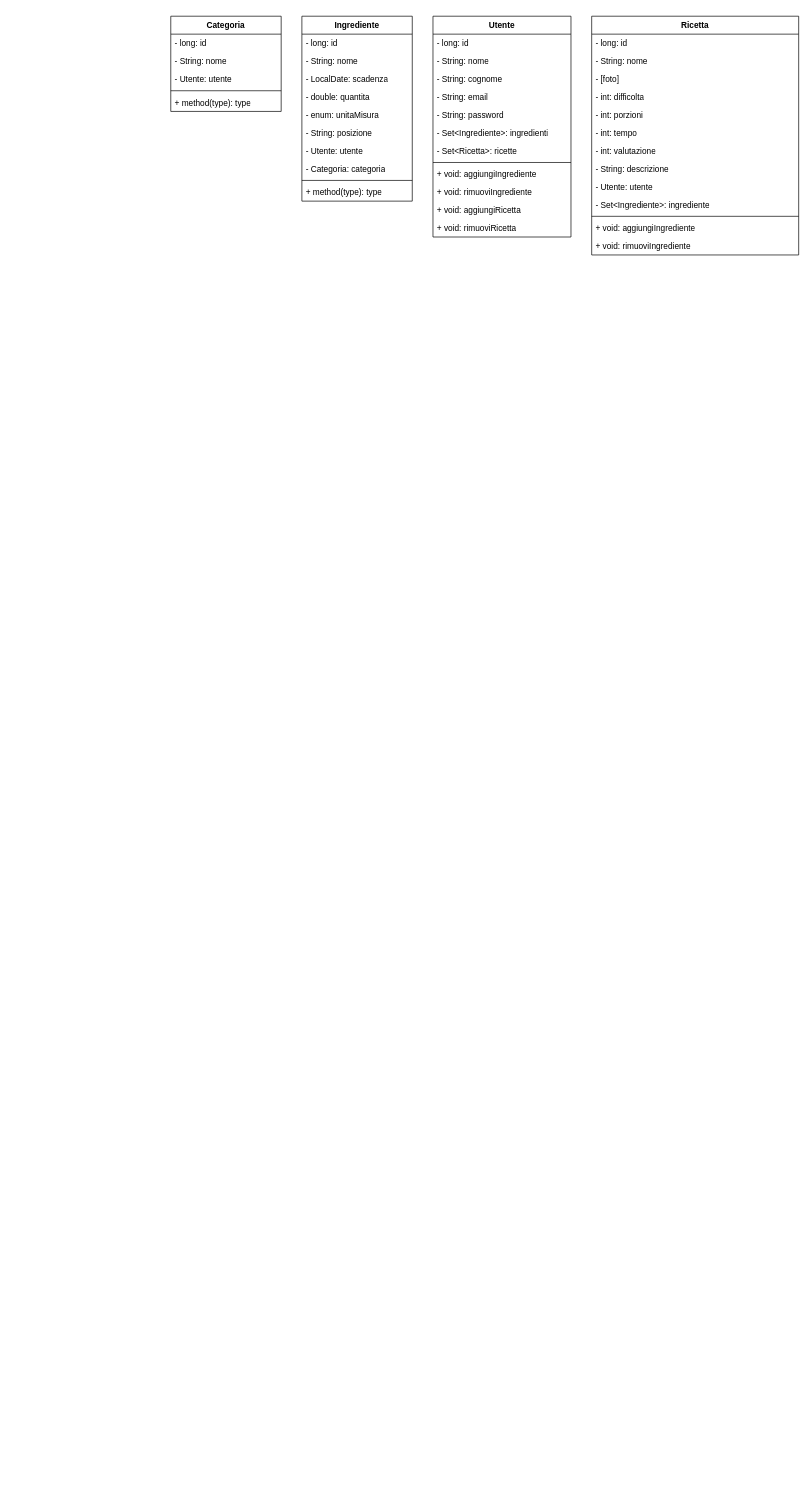
Earlier version of the draw.io diagram backend.drawio (FoodLoopGeneration/FoodLoop). Source tidied: cells renumbered, new cells numbered last; positions are measured from the earlier drawing's top-left corner, leaving out a move shared by most shapes. Both pictures are drawn from the tidied source at 69%, with x=0, y=0 at pixel (170, 16).
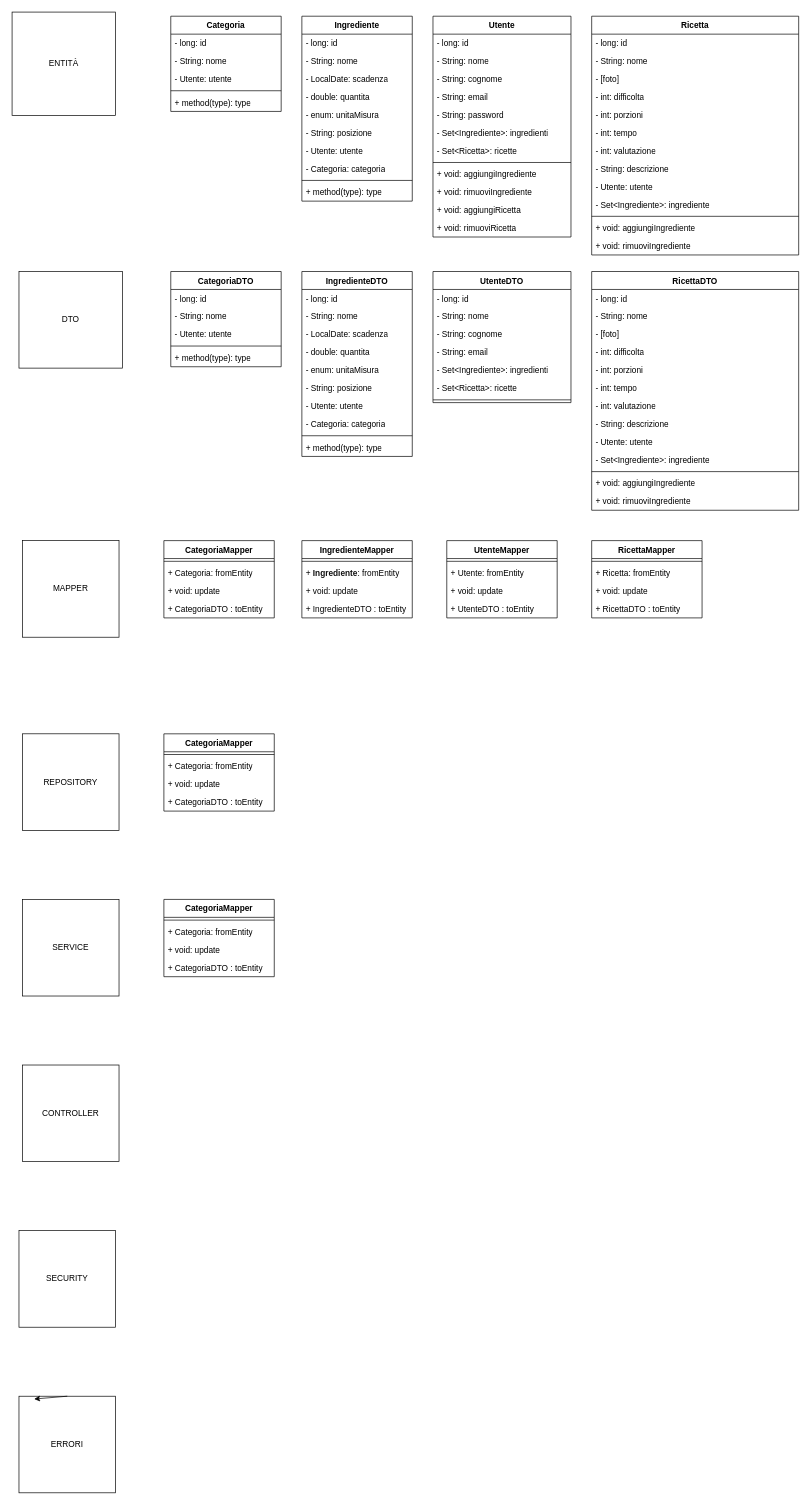
Above is the later version.

Commit message:
Aggiornati Grafici

Diff of the diagram source:
```diff
@@
+    <mxCell id="46" value="IngredienteDTO" style="swimlane;fontStyle=1;align=center;verticalAlign=top;horizontal=1;startSize=26;whiteSpace=wrap;html=1;" parent="1" vertex="1">
+      <mxGeometry x="190" y="370" width="160" height="268" as="geometry" />
+    </mxCell>
+    <mxCell id="47" value="- long: id" style="text;strokeColor=none;fillColor=none;align=left;verticalAlign=top;spacingLeft=4;spacingRight=4;overflow=hidden;whiteSpace=wrap;html=1;" parent="46" vertex="1">
+      <mxGeometry y="26" width="160" height="26" as="geometry" />
+    </mxCell>
+    <mxCell id="48" value="- String: nome&amp;nbsp;" style="text;strokeColor=none;fillColor=none;align=left;verticalAlign=top;spacingLeft=4;spacingRight=4;overflow=hidden;whiteSpace=wrap;html=1;" parent="46" vertex="1">
+      <mxGeometry y="52" width="160" height="26" as="geometry" />
+    </mxCell>
+    <mxCell id="49" value="- LocalDate: scadenza" style="text;strokeColor=none;fillColor=none;align=left;verticalAlign=top;spacingLeft=4;spacingRight=4;overflow=hidden;whiteSpace=wrap;html=1;" parent="46" vertex="1">
+      <mxGeometry y="78" width="160" height="26" as="geometry" />
+    </mxCell>
+    <mxCell id="50" value="- double: quantita" style="text;strokeColor=none;fillColor=none;align=left;verticalAlign=top;spacingLeft=4;spacingRight=4;overflow=hidden;whiteSpace=wrap;html=1;" parent="46" vertex="1">
+      <mxGeometry y="104" width="160" height="26" as="geometry" />
+    </mxCell>
+    <mxCell id="51" value="- enum: unitaMisura" style="text;strokeColor=none;fillColor=none;align=left;verticalAlign=top;spacingLeft=4;spacingRight=4;overflow=hidden;whiteSpace=wrap;html=1;" parent="46" vertex="1">
+      <mxGeometry y="130" width="160" height="26" as="geometry" />
+    </mxCell>
+    <mxCell id="52" value="- String: posizione" style="text;strokeColor=none;fillColor=none;align=left;verticalAlign=top;spacingLeft=4;spacingRight=4;overflow=hidden;whiteSpace=wrap;html=1;" parent="46" vertex="1">
+      <mxGeometry y="156" width="160" height="26" as="geometry" />
+    </mxCell>
+    <mxCell id="53" value="- Utente: utente" style="text;strokeColor=none;fillColor=none;align=left;verticalAlign=top;spacingLeft=4;spacingRight=4;overflow=hidden;whiteSpace=wrap;html=1;" parent="46" vertex="1">
+      <mxGeometry y="182" width="160" height="26" as="geometry" />
+    </mxCell>
+    <mxCell id="54" value="- Categoria: categoria" style="text;strokeColor=none;fillColor=none;align=left;verticalAlign=top;spacingLeft=4;spacingRight=4;overflow=hidden;whiteSpace=wrap;html=1;" parent="46" vertex="1">
+      <mxGeometry y="208" width="160" height="26" as="geometry" />
+    </mxCell>
+    <mxCell id="55" style="line;strokeWidth=1;fillColor=none;align=left;verticalAlign=middle;spacingTop=-1;spacingLeft=3;spacingRight=3;labelPosition=right;strokeColor=inherit;" parent="46" vertex="1">
+      <mxGeometry y="234" width="160" height="8" as="geometry" />
+    </mxCell>
+    <mxCell id="56" value="+ method(type): type" style="text;strokeColor=none;fillColor=none;align=left;verticalAlign=top;spacingLeft=4;spacingRight=4;overflow=hidden;whiteSpace=wrap;html=1;" parent="46" vertex="1">
+      <mxGeometry y="242" width="160" height="26" as="geometry" />
+    </mxCell>
+    <mxCell id="57" value="CategoriaDTO" style="swimlane;fontStyle=1;align=center;verticalAlign=top;horizontal=1;startSize=26;whiteSpace=wrap;html=1;" parent="1" vertex="1">
+      <mxGeometry y="370" width="160" height="138" as="geometry" />
+    </mxCell>
+    <mxCell id="58" value="- long: id" style="text;strokeColor=none;fillColor=none;align=left;verticalAlign=top;spacingLeft=4;spacingRight=4;overflow=hidden;whiteSpace=wrap;html=1;" parent="57" vertex="1">
+      <mxGeometry y="26" width="160" height="26" as="geometry" />
+    </mxCell>
+    <mxCell id="59" value="- String: nome" style="text;strokeColor=none;fillColor=none;align=left;verticalAlign=top;spacingLeft=4;spacingRight=4;overflow=hidden;whiteSpace=wrap;html=1;" parent="57" vertex="1">
+      <mxGeometry y="52" width="160" height="26" as="geometry" />
+    </mxCell>
+    <mxCell id="60" value="- Utente: utente" style="text;strokeColor=none;fillColor=none;align=left;verticalAlign=top;spacingLeft=4;spacingRight=4;overflow=hidden;whiteSpace=wrap;html=1;" parent="57" vertex="1">
+      <mxGeometry y="78" width="160" height="26" as="geometry" />
+    </mxCell>
+    <mxCell id="61" style="line;strokeWidth=1;fillColor=none;align=left;verticalAlign=middle;spacingTop=-1;spacingLeft=3;spacingRight=3;labelPosition=right;strokeColor=inherit;" parent="57" vertex="1">
+      <mxGeometry y="104" width="160" height="8" as="geometry" />
+    </mxCell>
+    <mxCell id="62" value="+ method(type): type" style="text;strokeColor=none;fillColor=none;align=left;verticalAlign=top;spacingLeft=4;spacingRight=4;overflow=hidden;whiteSpace=wrap;html=1;" parent="57" vertex="1">
+      <mxGeometry y="112" width="160" height="26" as="geometry" />
+    </mxCell>
+    <mxCell id="63" value="UtenteDTO" style="swimlane;fontStyle=1;align=center;verticalAlign=top;horizontal=1;startSize=26;whiteSpace=wrap;html=1;" parent="1" vertex="1">
+      <mxGeometry x="380" y="370" width="200" height="190" as="geometry" />
+    </mxCell>
+    <mxCell id="64" value="- long: id" style="text;strokeColor=none;fillColor=none;align=left;verticalAlign=top;spacingLeft=4;spacingRight=4;overflow=hidden;whiteSpace=wrap;html=1;" parent="63" vertex="1">
+      <mxGeometry y="26" width="200" height="26" as="geometry" />
+    </mxCell>
+    <mxCell id="65" value="- String: nome" style="text;strokeColor=none;fillColor=none;align=left;verticalAlign=top;spacingLeft=4;spacingRight=4;overflow=hidden;whiteSpace=wrap;html=1;" parent="63" vertex="1">
+      <mxGeometry y="52" width="200" height="26" as="geometry" />
+    </mxCell>
+    <mxCell id="66" value="- String: cognome" style="text;strokeColor=none;fillColor=none;align=left;verticalAlign=top;spacingLeft=4;spacingRight=4;overflow=hidden;whiteSpace=wrap;html=1;" parent="63" vertex="1">
+      <mxGeometry y="78" width="200" height="26" as="geometry" />
+    </mxCell>
+    <mxCell id="67" value="- String: email" style="text;strokeColor=none;fillColor=none;align=left;verticalAlign=top;spacingLeft=4;spacingRight=4;overflow=hidden;whiteSpace=wrap;html=1;" parent="63" vertex="1">
+      <mxGeometry y="104" width="200" height="26" as="geometry" />
+    </mxCell>
+    <mxCell id="68" value="- Set&amp;lt;Ingrediente&amp;gt;: ingredienti" style="text;strokeColor=none;fillColor=none;align=left;verticalAlign=top;spacingLeft=4;spacingRight=4;overflow=hidden;whiteSpace=wrap;html=1;" parent="63" vertex="1">
+      <mxGeometry y="130" width="200" height="26" as="geometry" />
+    </mxCell>
+    <mxCell id="69" value="- Set&amp;lt;Ricetta&amp;gt;: ricette" style="text;strokeColor=none;fillColor=none;align=left;verticalAlign=top;spacingLeft=4;spacingRight=4;overflow=hidden;whiteSpace=wrap;html=1;" parent="63" vertex="1">
+      <mxGeometry y="156" width="200" height="26" as="geometry" />
+    </mxCell>
+    <mxCell id="70" style="line;strokeWidth=1;fillColor=none;align=left;verticalAlign=middle;spacingTop=-1;spacingLeft=3;spacingRight=3;labelPosition=right;strokeColor=inherit;" parent="63" vertex="1">
+      <mxGeometry y="182" width="200" height="8" as="geometry" />
+    </mxCell>
+    <mxCell id="71" value="RicettaDTO" style="swimlane;fontStyle=1;align=center;verticalAlign=top;horizontal=1;startSize=26;whiteSpace=wrap;html=1;" parent="1" vertex="1">
+      <mxGeometry x="610" y="370" width="300" height="346" as="geometry" />
+    </mxCell>
+    <mxCell id="72" value="- long: id" style="text;strokeColor=none;fillColor=none;align=left;verticalAlign=top;spacingLeft=4;spacingRight=4;overflow=hidden;whiteSpace=wrap;html=1;" parent="71" vertex="1">
+      <mxGeometry y="26" width="300" height="26" as="geometry" />
+    </mxCell>
+    <mxCell id="73" value="- String: nome" style="text;strokeColor=none;fillColor=none;align=left;verticalAlign=top;spacingLeft=4;spacingRight=4;overflow=hidden;whiteSpace=wrap;html=1;" parent="71" vertex="1">
+      <mxGeometry y="52" width="300" height="26" as="geometry" />
+    </mxCell>
+    <mxCell id="74" value="- [foto]" style="text;strokeColor=none;fillColor=none;align=left;verticalAlign=top;spacingLeft=4;spacingRight=4;overflow=hidden;whiteSpace=wrap;html=1;" parent="71" vertex="1">
+      <mxGeometry y="78" width="300" height="26" as="geometry" />
+    </mxCell>
+    <mxCell id="75" value="- int: difficolta" style="text;strokeColor=none;fillColor=none;align=left;verticalAlign=top;spacingLeft=4;spacingRight=4;overflow=hidden;whiteSpace=wrap;html=1;" parent="71" vertex="1">
+      <mxGeometry y="104" width="300" height="26" as="geometry" />
+    </mxCell>
+    <mxCell id="76" value="- int: porzioni" style="text;strokeColor=none;fillColor=none;align=left;verticalAlign=top;spacingLeft=4;spacingRight=4;overflow=hidden;whiteSpace=wrap;html=1;" parent="71" vertex="1">
+      <mxGeometry y="130" width="300" height="26" as="geometry" />
+    </mxCell>
+    <mxCell id="77" value="- int: tempo" style="text;strokeColor=none;fillColor=none;align=left;verticalAlign=top;spacingLeft=4;spacingRight=4;overflow=hidden;whiteSpace=wrap;html=1;" parent="71" vertex="1">
+      <mxGeometry y="156" width="300" height="26" as="geometry" />
+    </mxCell>
+    <mxCell id="78" value="- int: valutazione" style="text;strokeColor=none;fillColor=none;align=left;verticalAlign=top;spacingLeft=4;spacingRight=4;overflow=hidden;whiteSpace=wrap;html=1;" parent="71" vertex="1">
+      <mxGeometry y="182" width="300" height="26" as="geometry" />
+    </mxCell>
+    <mxCell id="79" value="- String: descrizione" style="text;strokeColor=none;fillColor=none;align=left;verticalAlign=top;spacingLeft=4;spacingRight=4;overflow=hidden;whiteSpace=wrap;html=1;" parent="71" vertex="1">
+      <mxGeometry y="208" width="300" height="26" as="geometry" />
+    </mxCell>
+    <mxCell id="80" value="- Utente: utente&amp;nbsp;" style="text;strokeColor=none;fillColor=none;align=left;verticalAlign=top;spacingLeft=4;spacingRight=4;overflow=hidden;whiteSpace=wrap;html=1;" parent="71" vertex="1">
+      <mxGeometry y="234" width="300" height="26" as="geometry" />
+    </mxCell>
+    <mxCell id="81" value="- Set&amp;lt;Ingrediente&amp;gt;: ingrediente" style="text;strokeColor=none;fillColor=none;align=left;verticalAlign=top;spacingLeft=4;spacingRight=4;overflow=hidden;whiteSpace=wrap;html=1;" parent="71" vertex="1">
+      <mxGeometry y="260" width="300" height="26" as="geometry" />
+    </mxCell>
+    <mxCell id="82" style="line;strokeWidth=1;fillColor=none;align=left;verticalAlign=middle;spacingTop=-1;spacingLeft=3;spacingRight=3;labelPosition=right;strokeColor=inherit;" parent="71" vertex="1">
+      <mxGeometry y="286" width="300" height="8" as="geometry" />
+    </mxCell>
+    <mxCell id="83" value="+ void: aggiungiIngrediente" style="text;strokeColor=none;fillColor=none;align=left;verticalAlign=top;spacingLeft=4;spacingRight=4;overflow=hidden;whiteSpace=wrap;html=1;" parent="71" vertex="1">
+      <mxGeometry y="294" width="300" height="26" as="geometry" />
+    </mxCell>
+    <mxCell id="84" value="+ void: rimuoviIngrediente" style="text;strokeColor=none;fillColor=none;align=left;verticalAlign=top;spacingLeft=4;spacingRight=4;overflow=hidden;whiteSpace=wrap;html=1;" parent="71" vertex="1">
+      <mxGeometry y="320" width="300" height="26" as="geometry" />
+    </mxCell>
+    <mxCell id="85" value="ENTITÀ" style="whiteSpace=wrap;html=1;" parent="1" vertex="1">
+      <mxGeometry x="-230" y="-6" width="150" height="150" as="geometry" />
+    </mxCell>
+    <mxCell id="86" value="DTO" style="rounded=0;whiteSpace=wrap;html=1;" parent="1" vertex="1">
+      <mxGeometry x="-220" y="370" width="150" height="140" as="geometry" />
+    </mxCell>
+    <mxCell id="87" value="CategoriaMapper" style="swimlane;fontStyle=1;align=center;verticalAlign=top;horizontal=1;startSize=26;whiteSpace=wrap;html=1;" parent="1" vertex="1">
+      <mxGeometry x="-10" y="760" width="160" height="112" as="geometry" />
+    </mxCell>
+    <mxCell id="88" style="line;strokeWidth=1;fillColor=none;align=left;verticalAlign=middle;spacingTop=-1;spacingLeft=3;spacingRight=3;labelPosition=right;strokeColor=inherit;" parent="87" vertex="1">
+      <mxGeometry y="26" width="160" height="8" as="geometry" />
+    </mxCell>
+    <mxCell id="89" value="+ Categoria: fromEntity" style="text;strokeColor=none;fillColor=none;align=left;verticalAlign=top;spacingLeft=4;spacingRight=4;overflow=hidden;whiteSpace=wrap;html=1;" parent="87" vertex="1">
+      <mxGeometry y="34" width="160" height="26" as="geometry" />
+    </mxCell>
+    <mxCell id="90" value="+ void: update" style="text;strokeColor=none;fillColor=none;align=left;verticalAlign=top;spacingLeft=4;spacingRight=4;overflow=hidden;whiteSpace=wrap;html=1;" parent="87" vertex="1">
+      <mxGeometry y="60" width="160" height="26" as="geometry" />
+    </mxCell>
+    <mxCell id="91" value="+ CategoriaDTO : toEntity" style="text;strokeColor=none;fillColor=none;align=left;verticalAlign=top;spacingLeft=4;spacingRight=4;overflow=hidden;whiteSpace=wrap;html=1;" parent="87" vertex="1">
+      <mxGeometry y="86" width="160" height="26" as="geometry" />
+    </mxCell>
+    <mxCell id="92" value="IngredienteMapper" style="swimlane;fontStyle=1;align=center;verticalAlign=top;horizontal=1;startSize=26;whiteSpace=wrap;html=1;" parent="1" vertex="1">
+      <mxGeometry x="190" y="760" width="160" height="112" as="geometry" />
+    </mxCell>
+    <mxCell id="93" style="line;strokeWidth=1;fillColor=none;align=left;verticalAlign=middle;spacingTop=-1;spacingLeft=3;spacingRight=3;labelPosition=right;strokeColor=inherit;" parent="92" vertex="1">
+      <mxGeometry y="26" width="160" height="8" as="geometry" />
+    </mxCell>
+    <mxCell id="94" value="&lt;div style=&quot;text-align: center;&quot;&gt;&lt;span style=&quot;background-color: transparent;&quot;&gt;+ &lt;font color=&quot;#121212&quot;&gt;&lt;b&gt;Ingrediente&lt;/b&gt;&lt;/font&gt;&lt;/span&gt;&lt;span style=&quot;background-color: transparent;&quot;&gt;: fromEntity&lt;/span&gt;&lt;/div&gt;" style="text;strokeColor=none;fillColor=none;align=left;verticalAlign=top;spacingLeft=4;spacingRight=4;overflow=hidden;whiteSpace=wrap;html=1;" parent="92" vertex="1">
+      <mxGeometry y="34" width="160" height="26" as="geometry" />
+    </mxCell>
+    <mxCell id="95" value="+ void: update" style="text;strokeColor=none;fillColor=none;align=left;verticalAlign=top;spacingLeft=4;spacingRight=4;overflow=hidden;whiteSpace=wrap;html=1;" parent="92" vertex="1">
+      <mxGeometry y="60" width="160" height="26" as="geometry" />
+    </mxCell>
+    <mxCell id="96" value="+ IngredienteDTO : toEntity" style="text;strokeColor=none;fillColor=none;align=left;verticalAlign=top;spacingLeft=4;spacingRight=4;overflow=hidden;whiteSpace=wrap;html=1;" parent="92" vertex="1">
+      <mxGeometry y="86" width="160" height="26" as="geometry" />
+    </mxCell>
+    <mxCell id="97" value="UtenteMapper" style="swimlane;fontStyle=1;align=center;verticalAlign=top;horizontal=1;startSize=26;whiteSpace=wrap;html=1;" parent="1" vertex="1">
+      <mxGeometry x="400" y="760" width="160" height="112" as="geometry" />
+    </mxCell>
+    <mxCell id="98" style="line;strokeWidth=1;fillColor=none;align=left;verticalAlign=middle;spacingTop=-1;spacingLeft=3;spacingRight=3;labelPosition=right;strokeColor=inherit;" parent="97" vertex="1">
+      <mxGeometry y="26" width="160" height="8" as="geometry" />
+    </mxCell>
+    <mxCell id="99" value="+ Utente: fromEntity" style="text;strokeColor=none;fillColor=none;align=left;verticalAlign=top;spacingLeft=4;spacingRight=4;overflow=hidden;whiteSpace=wrap;html=1;" parent="97" vertex="1">
+      <mxGeometry y="34" width="160" height="26" as="geometry" />
+    </mxCell>
+    <mxCell id="100" value="+ void: update" style="text;strokeColor=none;fillColor=none;align=left;verticalAlign=top;spacingLeft=4;spacingRight=4;overflow=hidden;whiteSpace=wrap;html=1;" parent="97" vertex="1">
+      <mxGeometry y="60" width="160" height="26" as="geometry" />
+    </mxCell>
+    <mxCell id="101" value="+ UtenteDTO : toEntity" style="text;strokeColor=none;fillColor=none;align=left;verticalAlign=top;spacingLeft=4;spacingRight=4;overflow=hidden;whiteSpace=wrap;html=1;" parent="97" vertex="1">
+      <mxGeometry y="86" width="160" height="26" as="geometry" />
+    </mxCell>
+    <mxCell id="102" value="RicettaMapper" style="swimlane;fontStyle=1;align=center;verticalAlign=top;horizontal=1;startSize=26;whiteSpace=wrap;html=1;" parent="1" vertex="1">
+      <mxGeometry x="610" y="760" width="160" height="112" as="geometry" />
+    </mxCell>
+    <mxCell id="103" style="line;strokeWidth=1;fillColor=none;align=left;verticalAlign=middle;spacingTop=-1;spacingLeft=3;spacingRight=3;labelPosition=right;strokeColor=inherit;" parent="102" vertex="1">
+      <mxGeometry y="26" width="160" height="8" as="geometry" />
+    </mxCell>
+    <mxCell id="104" value="+ Ricetta: fromEntity" style="text;strokeColor=none;fillColor=none;align=left;verticalAlign=top;spacingLeft=4;spacingRight=4;overflow=hidden;whiteSpace=wrap;html=1;" parent="102" vertex="1">
+      <mxGeometry y="34" width="160" height="26" as="geometry" />
+    </mxCell>
+    <mxCell id="105" value="+ void: update" style="text;strokeColor=none;fillColor=none;align=left;verticalAlign=top;spacingLeft=4;spacingRight=4;overflow=hidden;whiteSpace=wrap;html=1;" parent="102" vertex="1">
+      <mxGeometry y="60" width="160" height="26" as="geometry" />
+    </mxCell>
+    <mxCell id="106" value="+ RicettaDTO : toEntity" style="text;strokeColor=none;fillColor=none;align=left;verticalAlign=top;spacingLeft=4;spacingRight=4;overflow=hidden;whiteSpace=wrap;html=1;" parent="102" vertex="1">
+      <mxGeometry y="86" width="160" height="26" as="geometry" />
+    </mxCell>
+    <mxCell id="107" value="MAPPER" style="whiteSpace=wrap;html=1;" parent="1" vertex="1">
+      <mxGeometry x="-215" y="760" width="140" height="140" as="geometry" />
+    </mxCell>
+    <mxCell id="108" value="CategoriaMapper" style="swimlane;fontStyle=1;align=center;verticalAlign=top;horizontal=1;startSize=26;whiteSpace=wrap;html=1;" parent="1" vertex="1">
+      <mxGeometry x="-10" y="1040" width="160" height="112" as="geometry" />
+    </mxCell>
+    <mxCell id="109" style="line;strokeWidth=1;fillColor=none;align=left;verticalAlign=middle;spacingTop=-1;spacingLeft=3;spacingRight=3;labelPosition=right;strokeColor=inherit;" parent="108" vertex="1">
+      <mxGeometry y="26" width="160" height="8" as="geometry" />
+    </mxCell>
+    <mxCell id="110" value="+ Categoria: fromEntity" style="text;strokeColor=none;fillColor=none;align=left;verticalAlign=top;spacingLeft=4;spacingRight=4;overflow=hidden;whiteSpace=wrap;html=1;" parent="108" vertex="1">
+      <mxGeometry y="34" width="160" height="26" as="geometry" />
+    </mxCell>
+    <mxCell id="111" value="+ void: update" style="text;strokeColor=none;fillColor=none;align=left;verticalAlign=top;spacingLeft=4;spacingRight=4;overflow=hidden;whiteSpace=wrap;html=1;" parent="108" vertex="1">
+      <mxGeometry y="60" width="160" height="26" as="geometry" />
+    </mxCell>
+    <mxCell id="112" value="+ CategoriaDTO : toEntity" style="text;strokeColor=none;fillColor=none;align=left;verticalAlign=top;spacingLeft=4;spacingRight=4;overflow=hidden;whiteSpace=wrap;html=1;" parent="108" vertex="1">
+      <mxGeometry y="86" width="160" height="26" as="geometry" />
+    </mxCell>
+    <mxCell id="113" value="REPOSITORY" style="whiteSpace=wrap;html=1;" parent="1" vertex="1">
+      <mxGeometry x="-215" y="1040" width="140" height="140" as="geometry" />
+    </mxCell>
+    <mxCell id="114" value="SERVICE" style="whiteSpace=wrap;html=1;" parent="1" vertex="1">
+      <mxGeometry x="-215" y="1280" width="140" height="140" as="geometry" />
+    </mxCell>
+    <mxCell id="115" value="CONTROLLER" style="whiteSpace=wrap;html=1;" parent="1" vertex="1">
+      <mxGeometry x="-215" y="1520" width="140" height="140" as="geometry" />
+    </mxCell>
+    <mxCell id="116" value="SECURITY" style="whiteSpace=wrap;html=1;" parent="1" vertex="1">
+      <mxGeometry x="-220" y="1760" width="140" height="140" as="geometry" />
+    </mxCell>
+    <mxCell id="117" value="ERRORI" style="whiteSpace=wrap;html=1;" parent="1" vertex="1">
+      <mxGeometry x="-220" y="2000" width="140" height="140" as="geometry" />
+    </mxCell>
+    <mxCell id="118" style="edgeStyle=none;html=1;exitX=0.5;exitY=0;exitDx=0;exitDy=0;entryX=0.157;entryY=0.029;entryDx=0;entryDy=0;entryPerimeter=0;" parent="1" edge="1" source="117" target="117">
+      <mxGeometry relative="1" as="geometry" />
+    </mxCell>
+    <mxCell id="119" value="CategoriaMapper" style="swimlane;fontStyle=1;align=center;verticalAlign=top;horizontal=1;startSize=26;whiteSpace=wrap;html=1;" parent="1" vertex="1">
+      <mxGeometry x="-10" y="1280" width="160" height="112" as="geometry" />
+    </mxCell>
+    <mxCell id="120" style="line;strokeWidth=1;fillColor=none;align=left;verticalAlign=middle;spacingTop=-1;spacingLeft=3;spacingRight=3;labelPosition=right;strokeColor=inherit;" parent="119" vertex="1">
+      <mxGeometry y="26" width="160" height="8" as="geometry" />
+    </mxCell>
+    <mxCell id="121" value="+ Categoria: fromEntity" style="text;strokeColor=none;fillColor=none;align=left;verticalAlign=top;spacingLeft=4;spacingRight=4;overflow=hidden;whiteSpace=wrap;html=1;" parent="119" vertex="1">
+      <mxGeometry y="34" width="160" height="26" as="geometry" />
+    </mxCell>
+    <mxCell id="122" value="+ void: update" style="text;strokeColor=none;fillColor=none;align=left;verticalAlign=top;spacingLeft=4;spacingRight=4;overflow=hidden;whiteSpace=wrap;html=1;" parent="119" vertex="1">
+      <mxGeometry y="60" width="160" height="26" as="geometry" />
+    </mxCell>
+    <mxCell id="123" value="+ CategoriaDTO : toEntity" style="text;strokeColor=none;fillColor=none;align=left;verticalAlign=top;spacingLeft=4;spacingRight=4;overflow=hidden;whiteSpace=wrap;html=1;" parent="119" vertex="1">
+      <mxGeometry y="86" width="160" height="26" as="geometry" />
+    </mxCell>
```
